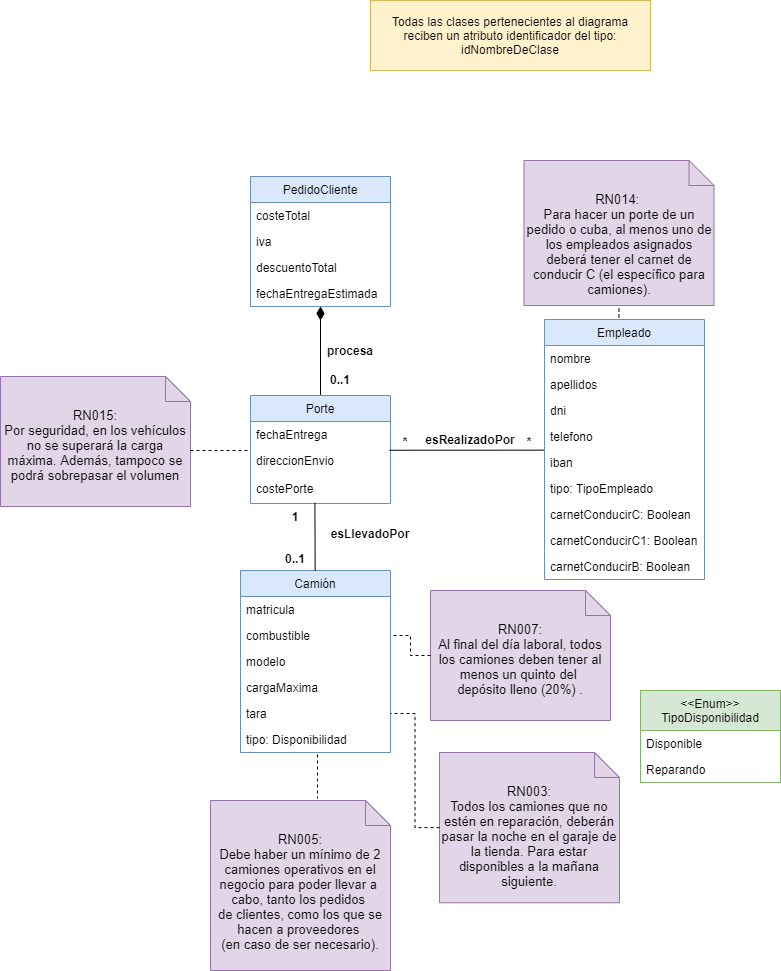
Above: diagramas/diagramas del modelado conceptual/diagramaPorteDeCamiones.png in felipescalera/Proyecto-IR (draw.io), before the change. Source tidied: cells renumbered, new cells last; positions are measured from the earlier drawing's top-left corner, leaving out a move shared by most shapes.
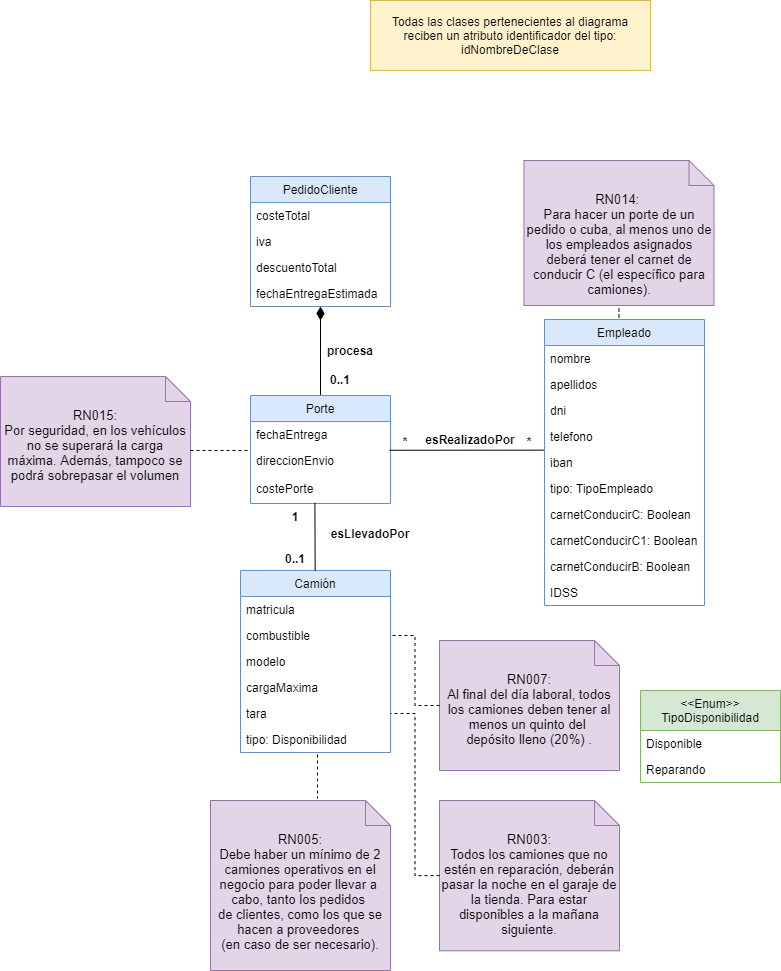
The same file after the commit.

Commit message:
Arreglo de fallo en UML (no incluía IDSS)

Change to the diagram source:
```diff
@@ -85,7 +85,7 @@
       <mxGeometry x="210" y="800" width="180" height="170" as="geometry" />
     </mxCell>
     <mxCell id="27" value="&lt;font style=&quot;font-size: 13px&quot;&gt;RN007:&lt;/font&gt;&lt;br&gt;&lt;font style=&quot;font-size: 13px&quot;&gt;Al final del día laboral, todos los camiones deben tener al menos un quinto del &lt;br/&gt;depósito lleno (20%) .&lt;/font&gt;" style="shape=note2;boundedLbl=1;whiteSpace=wrap;html=1;size=25;verticalAlign=top;align=center;fillColor=#e1d5e7;strokeColor=#9673a6;" parent="1" vertex="1">
-      <mxGeometry x="430" y="590" width="180" height="130" as="geometry" />
+      <mxGeometry x="439" y="640" width="180" height="130" as="geometry" />
     </mxCell>
     <mxCell id="28" style="edgeStyle=orthogonalEdgeStyle;rounded=0;jettySize=auto;html=1;exitX=0;exitY=0.5;exitDx=0;exitDy=0;exitPerimeter=0;dashed=1;endArrow=none;endFill=0;entryX=1;entryY=0.5;entryDx=0;entryDy=0;" parent="1" edge="1" source="27" target="12">
       <mxGeometry relative="1" as="geometry" />
@@ -104,7 +104,7 @@
       </mxGeometry>
     </mxCell>
     <mxCell id="31" value="&lt;font style=&quot;font-size: 13px&quot;&gt;RN003:&lt;/font&gt;&lt;br&gt;&lt;span style=&quot;font-size: 13px&quot;&gt;Todos los camiones que no estén en reparación, deberán pasar la noche en el garaje de la tienda. Para estar disponibles a la mañana siguiente.&lt;/span&gt;" style="shape=note2;boundedLbl=1;whiteSpace=wrap;html=1;size=25;verticalAlign=top;align=center;fillColor=#e1d5e7;strokeColor=#9673a6;" parent="1" vertex="1">
-      <mxGeometry x="439" y="752" width="180" height="150.2" as="geometry" />
+      <mxGeometry x="439" y="800" width="180" height="150.2" as="geometry" />
     </mxCell>
     <mxCell id="32" style="edgeStyle=orthogonalEdgeStyle;rounded=0;jettySize=auto;html=1;exitX=0;exitY=0.5;exitDx=0;exitDy=0;exitPerimeter=0;dashed=1;endArrow=none;endFill=0;entryX=1;entryY=0.5;entryDx=0;entryDy=0;" parent="1" edge="1" source="31" target="15">
       <mxGeometry relative="1" as="geometry" />
@@ -142,7 +142,7 @@
       </mxGeometry>
     </mxCell>
     <mxCell id="43" value="Empleado" style="swimlane;fontStyle=0;horizontal=1;startSize=26;fillColor=#dae8fc;strokeColor=#6c8ebf;" parent="1" vertex="1">
-      <mxGeometry x="544" y="319" width="160" height="260" as="geometry" />
+      <mxGeometry x="544" y="319" width="160" height="286" as="geometry" />
     </mxCell>
     <mxCell id="44" value="nombre" style="text;strokeColor=none;fillColor=none;align=left;verticalAlign=top;spacingLeft=4;spacingRight=4;overflow=hidden;" parent="43" vertex="1">
       <mxGeometry y="26" width="160" height="26" as="geometry" />
@@ -171,5 +171,8 @@
     <mxCell id="52" value="carnetConducirB: Boolean" style="text;strokeColor=none;fillColor=none;align=left;verticalAlign=top;spacingLeft=4;spacingRight=4;overflow=hidden;" parent="43" vertex="1">
       <mxGeometry y="234" width="160" height="26" as="geometry" />
     </mxCell>
+    <mxCell id="53" value="IDSS" style="text;strokeColor=none;fillColor=none;align=left;verticalAlign=top;spacingLeft=4;spacingRight=4;overflow=hidden;" parent="43" vertex="1">
+      <mxGeometry y="260" width="160" height="26" as="geometry" />
+    </mxCell>
   </root>
 </mxGraphModel>
```
